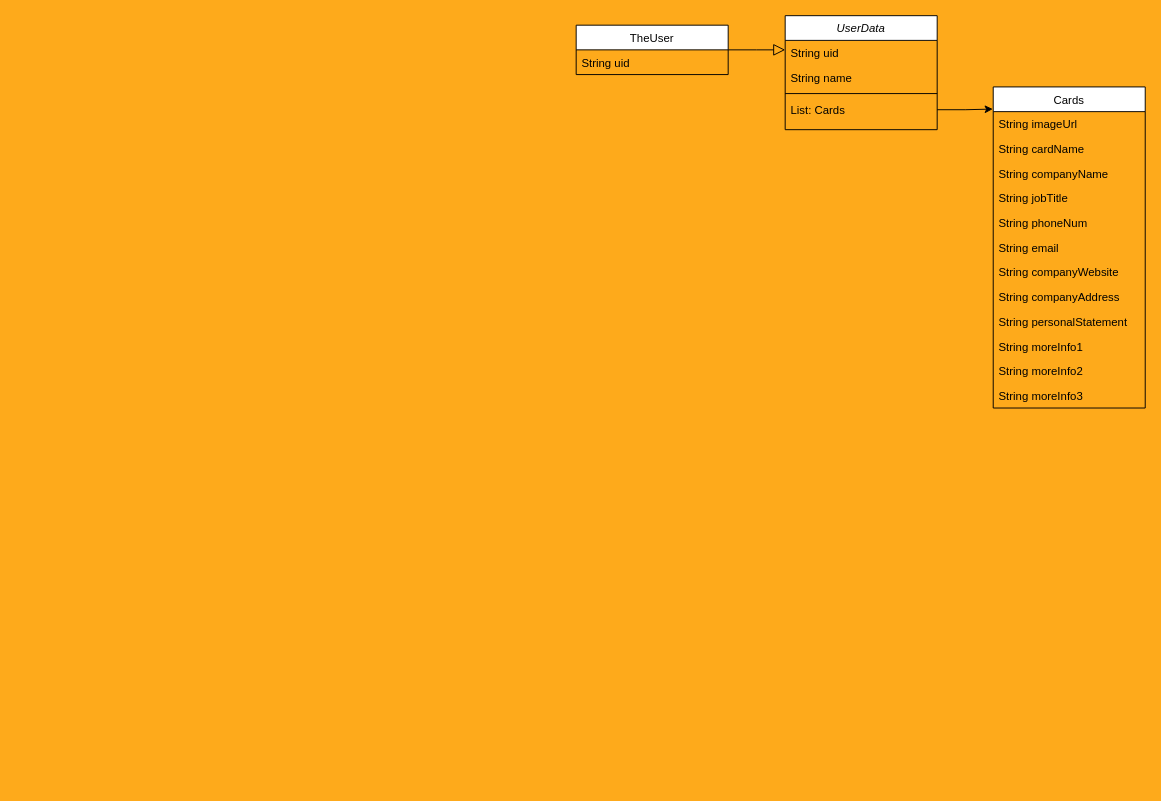
Before: Untitled Diagram.drawio in glennquah/ConnectCard, a draw.io diagram. Source tidied: cells renumbered, new cells numbered last; positions are measured from the earlier drawing's top-left corner, leaving out a move shared by most shapes. Both pictures are drawn from the tidied source at 95%, with x=0, y=0 at pixel (576, 15).
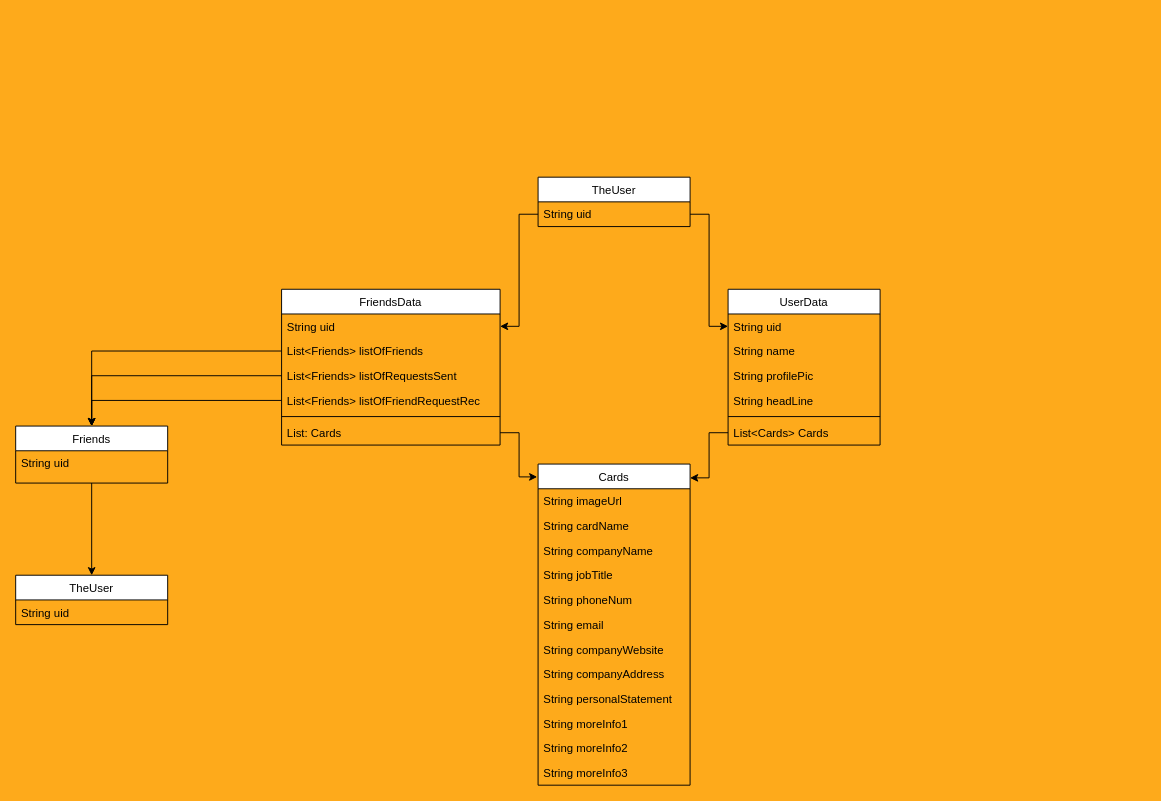
The same diagram, later.

Commit message:
Updated Back end diagram

Unchanged cells that the change refers to:
```xml
<mxCell id="3" value="String uid" style="text;align=left;verticalAlign=top;spacingLeft=4;spacingRight=4;overflow=hidden;points=[[0,0.5],[1,0.5]];portConstraint=eastwest;" parent="2" vertex="1">
  <mxGeometry y="26" width="160" height="26" as="geometry" />
</mxCell>
<mxCell id="8" value="String uid" style="text;align=left;verticalAlign=top;spacingLeft=4;spacingRight=4;overflow=hidden;points=[[0,0.5],[1,0.5]];portConstraint=eastwest;" parent="7" vertex="1">
  <mxGeometry y="26" width="160" height="26" as="geometry" />
</mxCell>
```

What changed in the source:
```diff
@@
-    <mxCell id="2" value="UserData" style="swimlane;fontStyle=2;align=center;verticalAlign=top;horizontal=1;startSize=26;rounded=0;shadow=0;strokeWidth=1;" parent="1" vertex="1">
-      <mxGeometry x="220" width="160" height="120" as="geometry" />
+    <mxCell id="2" value="UserData" style="swimlane;fontStyle=0;align=center;verticalAlign=top;horizontal=1;startSize=26;rounded=0;shadow=0;strokeWidth=1;" parent="1" vertex="1">
+      <mxGeometry x="159.9" y="288" width="160" height="164" as="geometry" />
     </mxCell>
@@
+    <mxCell id="24" value="String name" style="text;align=left;verticalAlign=top;spacingLeft=4;spacingRight=4;overflow=hidden;" parent="2" vertex="1">
+      <mxGeometry y="52" width="160" height="26" as="geometry" />
+    </mxCell>
-    <mxCell id="4" value="String name" style="text;align=left;verticalAlign=top;spacingLeft=4;spacingRight=4;overflow=hidden;rounded=0;shadow=0;html=0;" parent="2" vertex="1">
-      <mxGeometry y="52" width="160" height="26" as="geometry" />
+    <mxCell id="4" value="String profilePic" style="text;align=left;verticalAlign=top;spacingLeft=4;spacingRight=4;overflow=hidden;rounded=0;shadow=0;html=0;" parent="2" vertex="1">
+      <mxGeometry y="78" width="160" height="26" as="geometry" />
     </mxCell>
+    <mxCell id="25" value="String headLine" style="text;align=left;verticalAlign=top;spacingLeft=4;spacingRight=4;overflow=hidden;rounded=0;shadow=0;html=0;" parent="2" vertex="1">
+      <mxGeometry y="104" width="160" height="26" as="geometry" />
+    </mxCell>
     <mxCell id="5" style="line;html=1;strokeWidth=1;align=left;verticalAlign=middle;spacingTop=-1;spacingLeft=3;spacingRight=3;labelPosition=right;" parent="2" vertex="1">
-      <mxGeometry y="78" width="160" height="8" as="geometry" />
+      <mxGeometry y="130" width="160" height="8" as="geometry" />
     </mxCell>
-    <mxCell id="6" value="List: Cards" style="text;align=left;verticalAlign=top;spacingLeft=4;spacingRight=4;overflow=hidden;points=[[0,0.5],[1,0.5]];portConstraint=eastwest;rounded=0;shadow=0;html=0;" parent="2" vertex="1">
-      <mxGeometry y="86" width="160" height="26" as="geometry" />
+    <mxCell id="6" value="List&lt;Cards&gt; Cards" style="text;align=left;verticalAlign=top;spacingLeft=4;spacingRight=4;overflow=hidden;points=[[0,0.5],[1,0.5]];portConstraint=eastwest;rounded=0;shadow=0;html=0;" parent="2" vertex="1">
+      <mxGeometry y="138" width="160" height="26" as="geometry" />
     </mxCell>
     <mxCell id="7" value="TheUser" style="swimlane;fontStyle=0;align=center;verticalAlign=top;horizontal=1;startSize=26;rounded=0;shadow=0;strokeWidth=1;" parent="1" vertex="1">
-      <mxGeometry y="10" width="160" height="52" as="geometry" />
+      <mxGeometry x="-40.1" y="170" width="160" height="52" as="geometry" />
     </mxCell>
@@
-    <mxCell id="9" style="endArrow=block;endSize=10;endFill=0;shadow=0;strokeWidth=1;rounded=0;edgeStyle=elbowEdgeStyle;elbow=vertical;" parent="1" edge="1" source="7" target="2">
-      <mxGeometry relative="1" as="geometry" />
-    </mxCell>
     <mxCell id="10" value="Cards" style="swimlane;fontStyle=0;align=center;verticalAlign=top;horizontal=1;startSize=26;rounded=0;shadow=0;strokeWidth=1;" parent="1" vertex="1">
-      <mxGeometry x="439" y="75" width="160" height="338" as="geometry" />
+      <mxGeometry x="-40.1" y="472" width="160" height="338" as="geometry" />
     </mxCell>
@@
+    <mxCell id="26" value="FriendsData" style="swimlane;fontStyle=0;align=center;verticalAlign=top;horizontal=1;startSize=26;rounded=0;shadow=0;strokeWidth=1;" parent="1" vertex="1">
+      <mxGeometry x="-310.1" y="288" width="230" height="164" as="geometry" />
+    </mxCell>
+    <mxCell id="27" value="String uid" style="text;align=left;verticalAlign=top;spacingLeft=4;spacingRight=4;overflow=hidden;points=[[0,0.5],[1,0.5]];portConstraint=eastwest;" parent="26" vertex="1">
+      <mxGeometry y="26" width="230" height="26" as="geometry" />
+    </mxCell>
+    <mxCell id="28" value="List&lt;Friends&gt; listOfFriends" style="text;align=left;verticalAlign=top;spacingLeft=4;spacingRight=4;overflow=hidden;points=[[0,0.5],[1,0.5]];portConstraint=eastwest;" parent="26" vertex="1">
+      <mxGeometry y="52" width="230" height="26" as="geometry" />
+    </mxCell>
+    <mxCell id="29" value="List&lt;Friends&gt; listOfRequestsSent" style="text;align=left;verticalAlign=top;spacingLeft=4;spacingRight=4;overflow=hidden;points=[[0,0.5],[1,0.5]];portConstraint=eastwest;rounded=0;shadow=0;html=0;" parent="26" vertex="1">
+      <mxGeometry y="78" width="230" height="26" as="geometry" />
+    </mxCell>
+    <mxCell id="30" value="List&lt;Friends&gt; listOfFriendRequestRec" style="text;align=left;verticalAlign=top;spacingLeft=4;spacingRight=4;overflow=hidden;points=[[0,0.5],[1,0.5]];portConstraint=eastwest;rounded=0;shadow=0;html=0;" parent="26" vertex="1">
+      <mxGeometry y="104" width="230" height="26" as="geometry" />
+    </mxCell>
+    <mxCell id="31" style="line;html=1;strokeWidth=1;align=left;verticalAlign=middle;spacingTop=-1;spacingLeft=3;spacingRight=3;labelPosition=right;" parent="26" vertex="1">
+      <mxGeometry y="130" width="230" height="8" as="geometry" />
+    </mxCell>
+    <mxCell id="32" value="List: Cards" style="text;align=left;verticalAlign=top;spacingLeft=4;spacingRight=4;overflow=hidden;points=[[0,0.5],[1,0.5]];portConstraint=eastwest;rounded=0;shadow=0;html=0;" parent="26" vertex="1">
+      <mxGeometry y="138" width="230" height="26" as="geometry" />
+    </mxCell>
+    <mxCell id="33" style="edgeStyle=orthogonalEdgeStyle;rounded=0;jettySize=auto;html=1;entryX=0;entryY=0.5;entryDx=0;entryDy=0;" parent="1" edge="1" source="8" target="3">
+      <mxGeometry relative="1" as="geometry" />
+    </mxCell>
+    <mxCell id="34" style="edgeStyle=orthogonalEdgeStyle;rounded=0;jettySize=auto;html=1;entryX=1;entryY=0.5;entryDx=0;entryDy=0;" parent="1" edge="1" source="8" target="27">
+      <mxGeometry relative="1" as="geometry" />
+    </mxCell>
+    <mxCell id="35" style="edgeStyle=orthogonalEdgeStyle;rounded=0;jettySize=auto;html=1;entryX=-0.006;entryY=0.04;entryDx=0;entryDy=0;entryPerimeter=0;" parent="1" edge="1" source="32" target="10">
+      <mxGeometry relative="1" as="geometry" />
+    </mxCell>
-    <mxCell id="23" style="edgeStyle=orthogonalEdgeStyle;rounded=0;jettySize=auto;html=1;entryX=-0.003;entryY=0.069;entryDx=0;entryDy=0;entryPerimeter=0;" parent="1" edge="1" source="6" target="10">
+    <mxCell id="23" style="edgeStyle=orthogonalEdgeStyle;rounded=0;jettySize=auto;html=1;entryX=1;entryY=0.043;entryDx=0;entryDy=0;entryPerimeter=0;" parent="1" edge="1" source="6" target="10">
       <mxGeometry relative="1" as="geometry" />
     </mxCell>
+    <mxCell id="36" style="edgeStyle=orthogonalEdgeStyle;rounded=0;jettySize=auto;html=1;entryX=0.5;entryY=0;entryDx=0;entryDy=0;" parent="1" edge="1" source="37" target="42">
+      <mxGeometry relative="1" as="geometry" />
+    </mxCell>
+    <mxCell id="37" value="Friends" style="swimlane;fontStyle=0;align=center;verticalAlign=top;horizontal=1;startSize=26;rounded=0;shadow=0;strokeWidth=1;" parent="1" vertex="1">
+      <mxGeometry x="-590" y="432" width="160" height="60" as="geometry" />
+    </mxCell>
+    <mxCell id="38" value="String uid" style="text;align=left;verticalAlign=top;spacingLeft=4;spacingRight=4;overflow=hidden;" parent="37" vertex="1">
+      <mxGeometry y="26" width="160" height="26" as="geometry" />
+    </mxCell>
+    <mxCell id="39" style="edgeStyle=orthogonalEdgeStyle;rounded=0;jettySize=auto;html=1;entryX=0.5;entryY=0;entryDx=0;entryDy=0;" parent="1" edge="1" source="28" target="37">
+      <mxGeometry relative="1" as="geometry" />
+    </mxCell>
+    <mxCell id="40" style="edgeStyle=orthogonalEdgeStyle;rounded=0;jettySize=auto;html=1;entryX=0.5;entryY=0;entryDx=0;entryDy=0;" parent="1" edge="1" source="29" target="37">
+      <mxGeometry relative="1" as="geometry" />
+    </mxCell>
+    <mxCell id="41" style="edgeStyle=orthogonalEdgeStyle;rounded=0;jettySize=auto;html=1;entryX=0.5;entryY=0;entryDx=0;entryDy=0;" parent="1" edge="1" source="30" target="37">
+      <mxGeometry relative="1" as="geometry" />
+    </mxCell>
+    <mxCell id="42" value="TheUser" style="swimlane;fontStyle=0;align=center;verticalAlign=top;horizontal=1;startSize=26;rounded=0;shadow=0;strokeWidth=1;" parent="1" vertex="1">
+      <mxGeometry x="-590" y="589" width="160" height="52" as="geometry" />
+    </mxCell>
+    <mxCell id="43" value="String uid" style="text;align=left;verticalAlign=top;spacingLeft=4;spacingRight=4;overflow=hidden;" parent="42" vertex="1">
+      <mxGeometry y="26" width="160" height="26" as="geometry" />
+    </mxCell>
```
